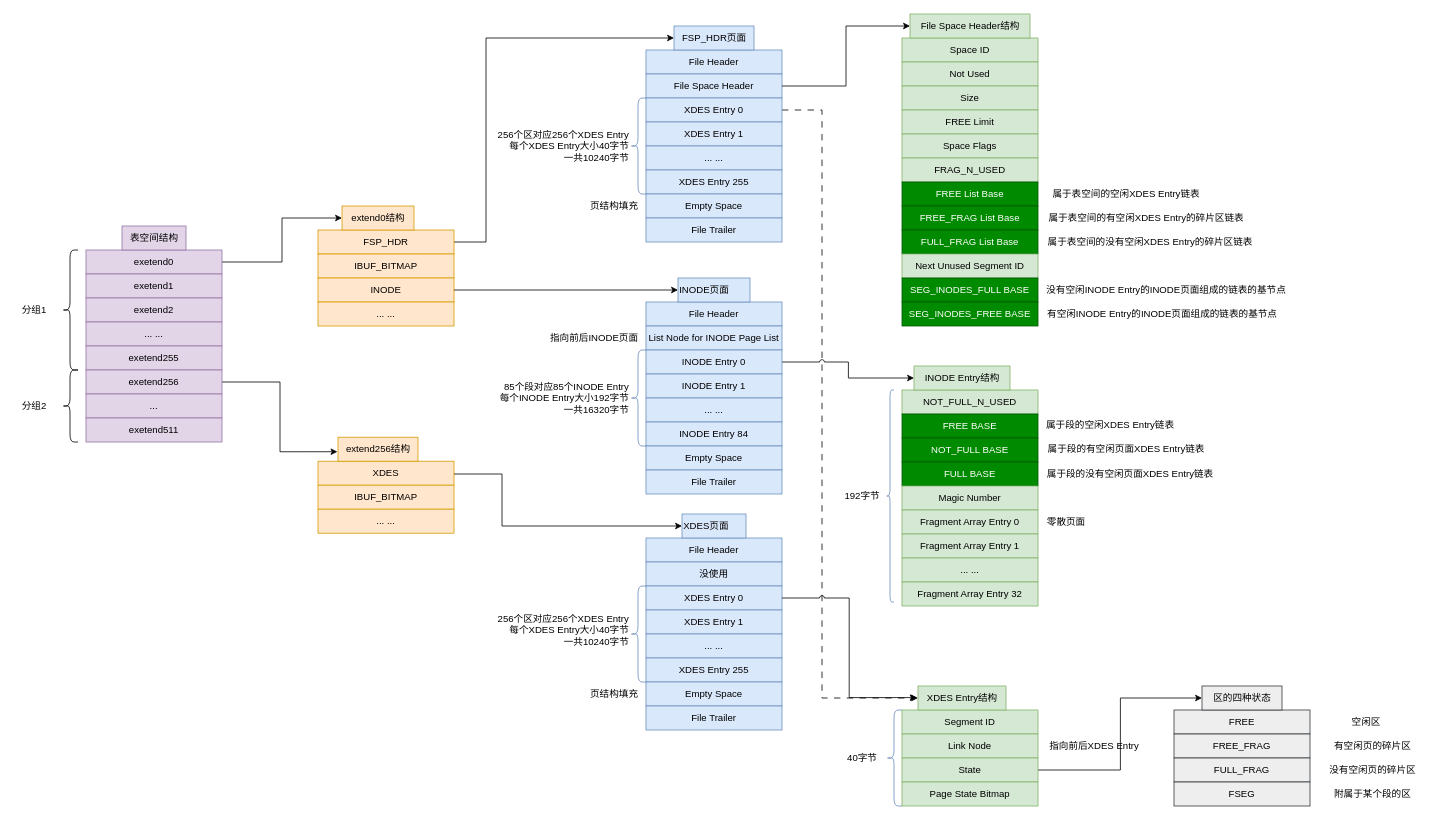
Above: database/mysql是怎样运行的/9.drawio in bushishucai/drawio (draw.io), before the change. Source tidied: cells renumbered, new cells numbered last; positions are measured from the earlier drawing's top-left corner, leaving out a move shared by most shapes. Both pictures are drawn from the tidied source at 80%, with x=0, y=0 at pixel (14, 14).
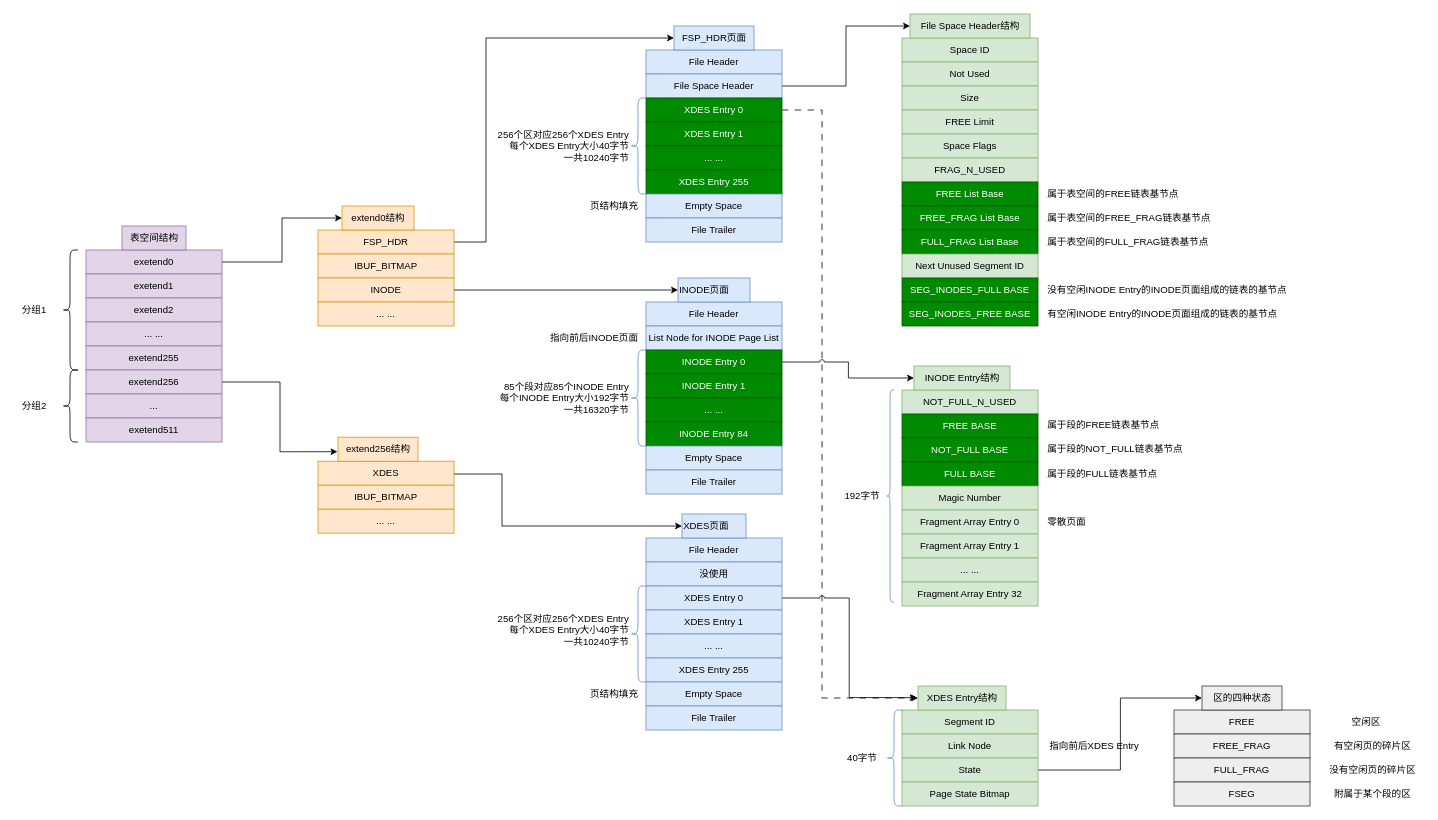
Above is the later version.

What changed in the source:
```diff
@@
-    <mxCell id="46" value="零散页面" style="text;html=1;align=center;verticalAlign=middle;strokeColor=none;fillColor=none;" parent="1" vertex="1">
-      <mxGeometry x="1280" y="620" width="70" height="30" as="geometry" />
+    <mxCell id="46" value="零散页面" style="text;html=1;align=left;verticalAlign=middle;strokeColor=none;fillColor=none;" parent="1" vertex="1">
+      <mxGeometry x="1290" y="620" width="70" height="30" as="geometry" />
     </mxCell>
@@
-    <mxCell id="50" value="&lt;span style=&quot;text-wrap-mode: nowrap;&quot;&gt;XDES Entry 0&lt;/span&gt;" style="rounded=0;whiteSpace=wrap;html=1;hachureGap=4;fontFamily=Helvetica;labelBackgroundColor=none;fillColor=#dae8fc;strokeColor=#6c8ebf;" parent="1" vertex="1">
+    <mxCell id="50" value="&lt;span style=&quot;text-wrap-mode: nowrap;&quot;&gt;XDES Entry 0&lt;/span&gt;" style="rounded=0;whiteSpace=wrap;html=1;hachureGap=4;fontFamily=Helvetica;labelBackgroundColor=none;fillColor=#008a00;strokeColor=#005700;fontColor=#ffffff;" parent="1" vertex="1">
       <mxGeometry x="790" y="105" width="170" height="30" as="geometry" />
     </mxCell>
-    <mxCell id="51" value="&lt;span style=&quot;text-wrap-mode: nowrap;&quot;&gt;XDES Entry 1&lt;/span&gt;" style="rounded=0;whiteSpace=wrap;html=1;hachureGap=4;fontFamily=Helvetica;labelBackgroundColor=none;fillColor=#dae8fc;strokeColor=#6c8ebf;" parent="1" vertex="1">
+    <mxCell id="51" value="&lt;span style=&quot;text-wrap-mode: nowrap;&quot;&gt;XDES Entry 1&lt;/span&gt;" style="rounded=0;whiteSpace=wrap;html=1;hachureGap=4;fontFamily=Helvetica;labelBackgroundColor=none;fillColor=#008a00;strokeColor=#005700;fontColor=#ffffff;" parent="1" vertex="1">
       <mxGeometry x="790" y="135" width="170" height="30" as="geometry" />
     </mxCell>
-    <mxCell id="52" value="... ..." style="rounded=0;whiteSpace=wrap;html=1;hachureGap=4;fontFamily=Helvetica;labelBackgroundColor=none;fillColor=#dae8fc;strokeColor=#6c8ebf;" parent="1" vertex="1">
+    <mxCell id="52" value="... ..." style="rounded=0;whiteSpace=wrap;html=1;hachureGap=4;fontFamily=Helvetica;labelBackgroundColor=none;fillColor=#008a00;strokeColor=#005700;fontColor=#ffffff;" parent="1" vertex="1">
       <mxGeometry x="790" y="165" width="170" height="30" as="geometry" />
     </mxCell>
@@
-    <mxCell id="54" value="&lt;span style=&quot;text-wrap-mode: nowrap;&quot;&gt;XDES Entry 255&lt;/span&gt;" style="rounded=0;whiteSpace=wrap;html=1;hachureGap=4;fontFamily=Helvetica;labelBackgroundColor=none;fillColor=#dae8fc;strokeColor=#6c8ebf;" parent="1" vertex="1">
+    <mxCell id="54" value="&lt;span style=&quot;text-wrap-mode: nowrap;&quot;&gt;XDES Entry 255&lt;/span&gt;" style="rounded=0;whiteSpace=wrap;html=1;hachureGap=4;fontFamily=Helvetica;labelBackgroundColor=none;fillColor=#008a00;strokeColor=#005700;fontColor=#ffffff;" parent="1" vertex="1">
       <mxGeometry x="790" y="195" width="170" height="30" as="geometry" />
     </mxCell>
@@
-    <mxCell id="89" value="&lt;span style=&quot;text-wrap-mode: nowrap;&quot;&gt;INODE Entry 0&lt;/span&gt;" style="rounded=0;whiteSpace=wrap;html=1;hachureGap=4;fontFamily=Helvetica;labelBackgroundColor=none;fillColor=#dae8fc;strokeColor=#6c8ebf;" parent="1" vertex="1">
+    <mxCell id="89" value="&lt;span style=&quot;text-wrap-mode: nowrap;&quot;&gt;INODE Entry 0&lt;/span&gt;" style="rounded=0;whiteSpace=wrap;html=1;hachureGap=4;fontFamily=Helvetica;labelBackgroundColor=none;fillColor=#008a00;strokeColor=#005700;fontColor=#ffffff;" parent="1" vertex="1">
       <mxGeometry x="790" y="420" width="170" height="30" as="geometry" />
     </mxCell>
-    <mxCell id="90" value="&lt;span style=&quot;text-wrap-mode: nowrap;&quot;&gt;INODE&lt;/span&gt;&lt;span style=&quot;text-wrap-mode: nowrap;&quot;&gt;&amp;nbsp;Entry 1&lt;/span&gt;" style="rounded=0;whiteSpace=wrap;html=1;hachureGap=4;fontFamily=Helvetica;labelBackgroundColor=none;fillColor=#dae8fc;strokeColor=#6c8ebf;" parent="1" vertex="1">
+    <mxCell id="90" value="&lt;span style=&quot;text-wrap-mode: nowrap;&quot;&gt;INODE&lt;/span&gt;&lt;span style=&quot;text-wrap-mode: nowrap;&quot;&gt;&amp;nbsp;Entry 1&lt;/span&gt;" style="rounded=0;whiteSpace=wrap;html=1;hachureGap=4;fontFamily=Helvetica;labelBackgroundColor=none;fillColor=#008a00;strokeColor=#005700;fontColor=#ffffff;" parent="1" vertex="1">
       <mxGeometry x="790" y="450" width="170" height="30" as="geometry" />
     </mxCell>
-    <mxCell id="91" value="... ..." style="rounded=0;whiteSpace=wrap;html=1;hachureGap=4;fontFamily=Helvetica;labelBackgroundColor=none;fillColor=#dae8fc;strokeColor=#6c8ebf;" parent="1" vertex="1">
+    <mxCell id="91" value="... ..." style="rounded=0;whiteSpace=wrap;html=1;hachureGap=4;fontFamily=Helvetica;labelBackgroundColor=none;fillColor=#008a00;strokeColor=#005700;fontColor=#ffffff;" parent="1" vertex="1">
       <mxGeometry x="790" y="480" width="170" height="30" as="geometry" />
     </mxCell>
@@
-    <mxCell id="93" value="&lt;span style=&quot;text-wrap-mode: nowrap;&quot;&gt;INODE&lt;/span&gt;&lt;span style=&quot;text-wrap-mode: nowrap;&quot;&gt;&amp;nbsp;Entry 84&lt;/span&gt;" style="rounded=0;whiteSpace=wrap;html=1;hachureGap=4;fontFamily=Helvetica;labelBackgroundColor=none;fillColor=#dae8fc;strokeColor=#6c8ebf;" parent="1" vertex="1">
+    <mxCell id="93" value="&lt;span style=&quot;text-wrap-mode: nowrap;&quot;&gt;INODE&lt;/span&gt;&lt;span style=&quot;text-wrap-mode: nowrap;&quot;&gt;&amp;nbsp;Entry 84&lt;/span&gt;" style="rounded=0;whiteSpace=wrap;html=1;hachureGap=4;fontFamily=Helvetica;labelBackgroundColor=none;fillColor=#008a00;strokeColor=#005700;fontColor=#ffffff;" parent="1" vertex="1">
       <mxGeometry x="790" y="510" width="170" height="30" as="geometry" />
     </mxCell>
@@
-    <mxCell id="104" value="没有空闲INODE Entry的INODE页面组成的链表的基节点" style="text;html=1;align=center;verticalAlign=middle;strokeColor=none;fillColor=none;" parent="1" vertex="1">
-      <mxGeometry x="1280" y="330" width="320" height="30" as="geometry" />
+    <mxCell id="104" value="没有空闲INODE Entry的INODE页面组成的链表的基节点" style="text;html=1;align=left;verticalAlign=middle;strokeColor=none;fillColor=none;" parent="1" vertex="1">
+      <mxGeometry x="1290" y="330" width="320" height="30" as="geometry" />
     </mxCell>
-    <mxCell id="105" value="有空闲INODE Entry的INODE页面组成的链表的基节点" style="text;html=1;align=center;verticalAlign=middle;strokeColor=none;fillColor=none;" parent="1" vertex="1">
-      <mxGeometry x="1280" y="360" width="310" height="30" as="geometry" />
+    <mxCell id="105" value="有空闲INODE Entry的INODE页面组成的链表的基节点" style="text;html=1;align=left;verticalAlign=middle;strokeColor=none;fillColor=none;" parent="1" vertex="1">
+      <mxGeometry x="1290" y="360" width="310" height="30" as="geometry" />
     </mxCell>
-    <mxCell id="106" value="属于段的空闲XDES Entry链表" style="text;html=1;align=center;verticalAlign=middle;strokeColor=none;fillColor=none;" parent="1" vertex="1">
-      <mxGeometry x="1280" y="499" width="180" height="30" as="geometry" />
+    <mxCell id="106" value="属于段的FREE链表基节点" style="text;html=1;align=left;verticalAlign=middle;strokeColor=none;fillColor=none;" parent="1" vertex="1">
+      <mxGeometry x="1290" y="499" width="160" height="30" as="geometry" />
     </mxCell>
-    <mxCell id="107" value="属于段的有空闲页面XDES Entry链表" style="text;html=1;align=center;verticalAlign=middle;strokeColor=none;fillColor=none;" parent="1" vertex="1">
-      <mxGeometry x="1280" y="529" width="220" height="30" as="geometry" />
+    <mxCell id="107" value="属于段的NOT_FULL链表基节点" style="text;html=1;align=left;verticalAlign=middle;strokeColor=none;fillColor=none;" parent="1" vertex="1">
+      <mxGeometry x="1290" y="529" width="190" height="30" as="geometry" />
     </mxCell>
-    <mxCell id="108" value="属于段的没有空闲页面XDES Entry链表" style="text;html=1;align=center;verticalAlign=middle;strokeColor=none;fillColor=none;" parent="1" vertex="1">
-      <mxGeometry x="1280" y="560" width="230" height="30" as="geometry" />
+    <mxCell id="108" value="属于段的FULL链表基节点" style="text;html=1;align=left;verticalAlign=middle;strokeColor=none;fillColor=none;" parent="1" vertex="1">
+      <mxGeometry x="1290" y="560" width="160" height="30" as="geometry" />
     </mxCell>
@@
-    <mxCell id="118" value="属于表空间的有空闲XDES Entry的碎片区链表" style="text;html=1;align=center;verticalAlign=middle;strokeColor=none;fillColor=none;" parent="1" vertex="1">
-      <mxGeometry x="1280" y="240" width="270" height="30" as="geometry" />
+    <mxCell id="118" value="属于表空间的FREE_FRAG链表基节点" style="text;html=1;align=left;verticalAlign=middle;strokeColor=none;fillColor=none;" parent="1" vertex="1">
+      <mxGeometry x="1290" y="240" width="230" height="30" as="geometry" />
     </mxCell>
-    <mxCell id="119" value="属于表空间的没有空闲XDES Entry的碎片区链表" style="text;html=1;align=center;verticalAlign=middle;strokeColor=none;fillColor=none;" parent="1" vertex="1">
-      <mxGeometry x="1280" y="270" width="280" height="30" as="geometry" />
+    <mxCell id="119" value="属于表空间的FULL_FRAG链表基节点" style="text;html=1;align=left;verticalAlign=middle;strokeColor=none;fillColor=none;" parent="1" vertex="1">
+      <mxGeometry x="1290" y="270" width="220" height="30" as="geometry" />
     </mxCell>
-    <mxCell id="120" value="属于表空间的空闲XDES Entry链表" style="text;html=1;align=center;verticalAlign=middle;strokeColor=none;fillColor=none;" parent="1" vertex="1">
-      <mxGeometry x="1285" y="210" width="210" height="30" as="geometry" />
+    <mxCell id="120" value="属于表空间的FREE链表基节点" style="text;html=1;align=left;verticalAlign=middle;strokeColor=none;fillColor=none;" parent="1" vertex="1">
+      <mxGeometry x="1290" y="210" width="190" height="30" as="geometry" />
     </mxCell>
```
